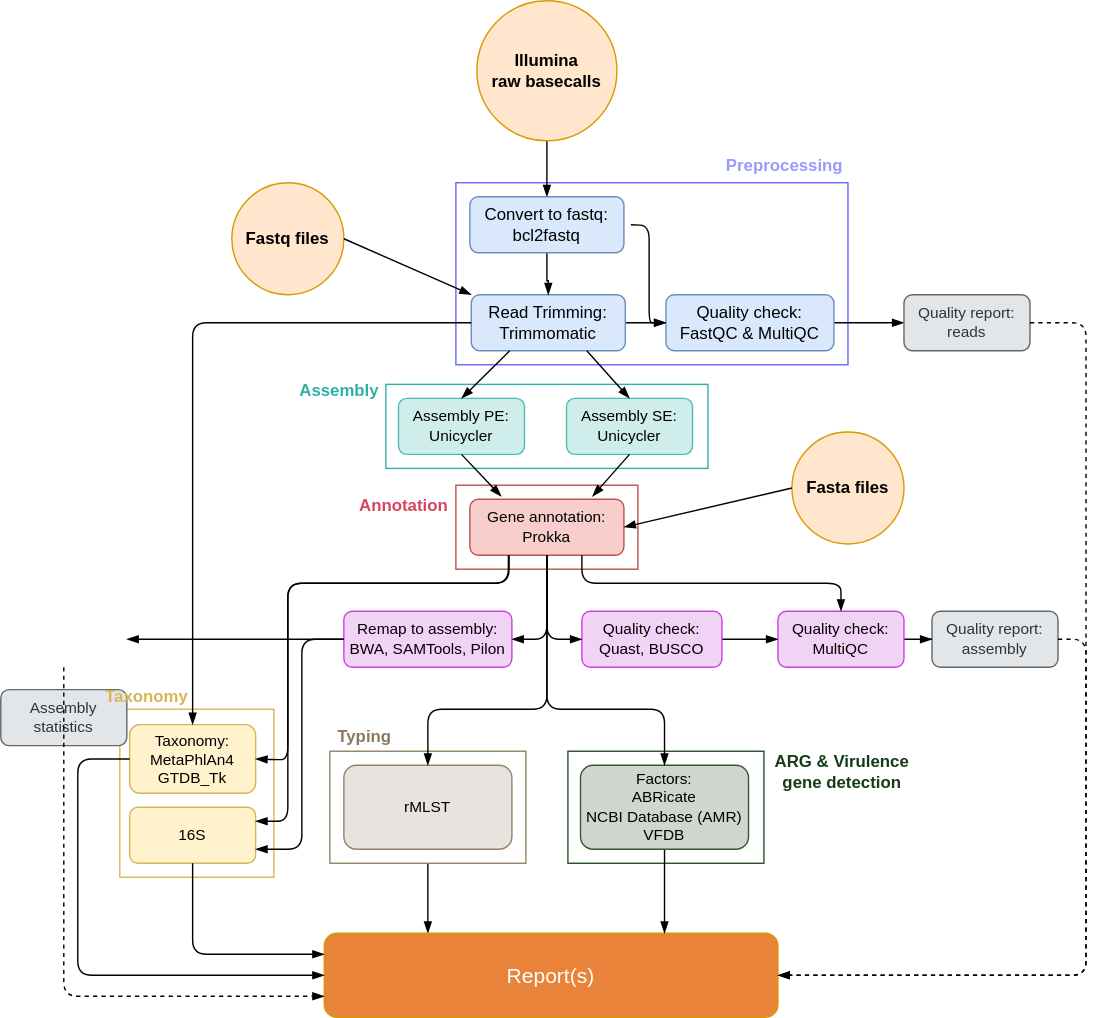
This is IMMENSE_diagram_240529.svg from michaelmeuli/immensekansasii, a draw.io export, as it was before one commit. Source tidied: cells renumbered, new cells last; positions are measured from the earlier drawing's top-left corner, leaving out a move shared by most shapes.
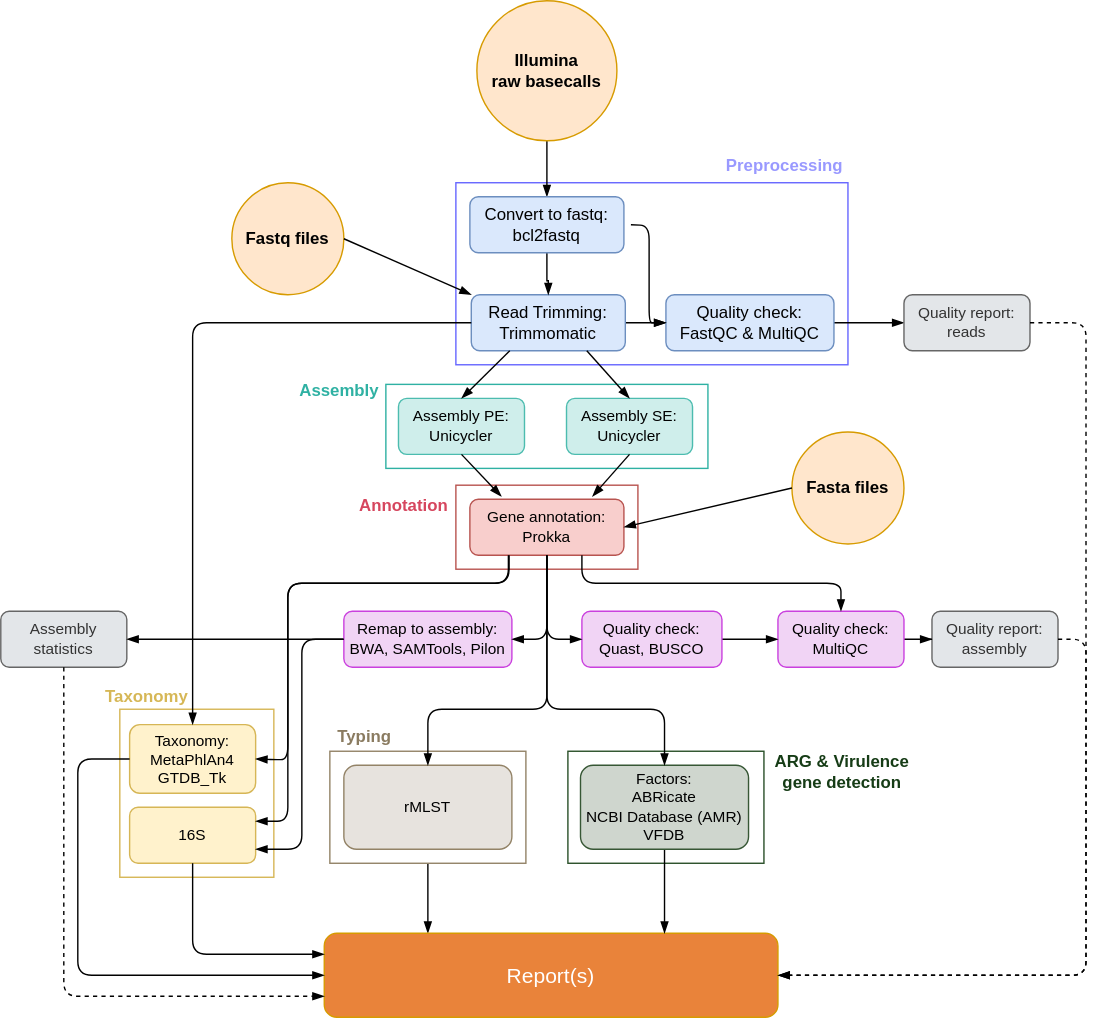
The same file after the commit.

The edit, as a diff of the source:
```diff
@@ -110,7 +110,7 @@
       <mxGeometry x="665" y="436" width="90" height="40" as="geometry" />
     </mxCell>
     <mxCell id="34" value="Assembly statistics" style="rounded=1;whiteSpace=wrap;html=1;fontFamily=Helvetica;fontSize=11;fontColor=#333333;fillColor=#e3e6e9;strokeColor=#666666;" parent="1" vertex="1">
-      <mxGeometry y="492" width="90" height="40" as="geometry" />
+      <mxGeometry y="436" width="90" height="40" as="geometry" />
     </mxCell>
     <mxCell id="35" style="edgeStyle=orthogonalEdgeStyle;shape=connector;rounded=0;jettySize=auto;html=1;labelBackgroundColor=default;strokeColor=default;fontFamily=Helvetica;fontSize=11;fontColor=default;endArrow=blockThin;endFill=1;" parent="1" edge="1" source="36" target="33">
       <mxGeometry relative="1" as="geometry" />
@@ -118,10 +118,8 @@
     <mxCell id="36" value="Quality check:&lt;br&gt;MultiQC" style="rounded=1;whiteSpace=wrap;html=1;fontFamily=Helvetica;fontSize=11;fillColor=#f1d4f5;strokeColor=#ca41de;" parent="1" vertex="1">
       <mxGeometry x="555" y="436" width="90" height="40" as="geometry" />
     </mxCell>
-    <mxCell id="37" style="edgeStyle=orthogonalEdgeStyle;shape=connector;rounded=0;jettySize=auto;html=1;labelBackgroundColor=default;strokeColor=default;fontFamily=Helvetica;fontSize=11;fontColor=default;endArrow=blockThin;endFill=1;" parent="1" edge="1" source="38">
-      <mxGeometry relative="1" as="geometry">
-        <mxPoint x="90" y="456" as="targetPoint" />
-      </mxGeometry>
+    <mxCell id="37" style="edgeStyle=orthogonalEdgeStyle;shape=connector;rounded=0;jettySize=auto;html=1;labelBackgroundColor=default;strokeColor=default;fontFamily=Helvetica;fontSize=11;fontColor=default;endArrow=blockThin;endFill=1;entryX=1;entryY=0.5;entryDx=0;entryDy=0;" parent="1" edge="1" source="38" target="34">
+      <mxGeometry relative="1" as="geometry" />
     </mxCell>
     <mxCell id="38" value="Remap to assembly:&lt;br&gt;BWA, SAMTools, Pilon" style="rounded=1;whiteSpace=wrap;html=1;fontFamily=Helvetica;fontSize=11;fillColor=#f1d4f5;strokeColor=#ca41de;" parent="1" vertex="1">
       <mxGeometry x="245" y="436" width="120" height="40" as="geometry" />
@@ -188,9 +186,8 @@
         </Array>
       </mxGeometry>
     </mxCell>
-    <mxCell id="50" style="endArrow=blockThin;html=1;rounded=1;labelBackgroundColor=default;strokeColor=default;fontFamily=Helvetica;fontSize=11;fontColor=default;shape=connector;edgeStyle=orthogonalEdgeStyle;entryX=0;entryY=0.75;entryDx=0;entryDy=0;endFill=1;exitX=0.5;exitY=1;exitDx=0;exitDy=0;dashed=1;" parent="1" edge="1" target="48">
+    <mxCell id="50" style="endArrow=blockThin;html=1;rounded=1;labelBackgroundColor=default;strokeColor=default;fontFamily=Helvetica;fontSize=11;fontColor=default;shape=connector;edgeStyle=orthogonalEdgeStyle;entryX=0;entryY=0.75;entryDx=0;entryDy=0;endFill=1;dashed=1;exitX=0.5;exitY=1;exitDx=0;exitDy=0;" parent="1" edge="1" source="34" target="48">
       <mxGeometry relative="1" as="geometry">
-        <mxPoint x="45" y="476" as="sourcePoint" />
         <Array as="points">
           <mxPoint x="45" y="711" />
         </Array>
```
